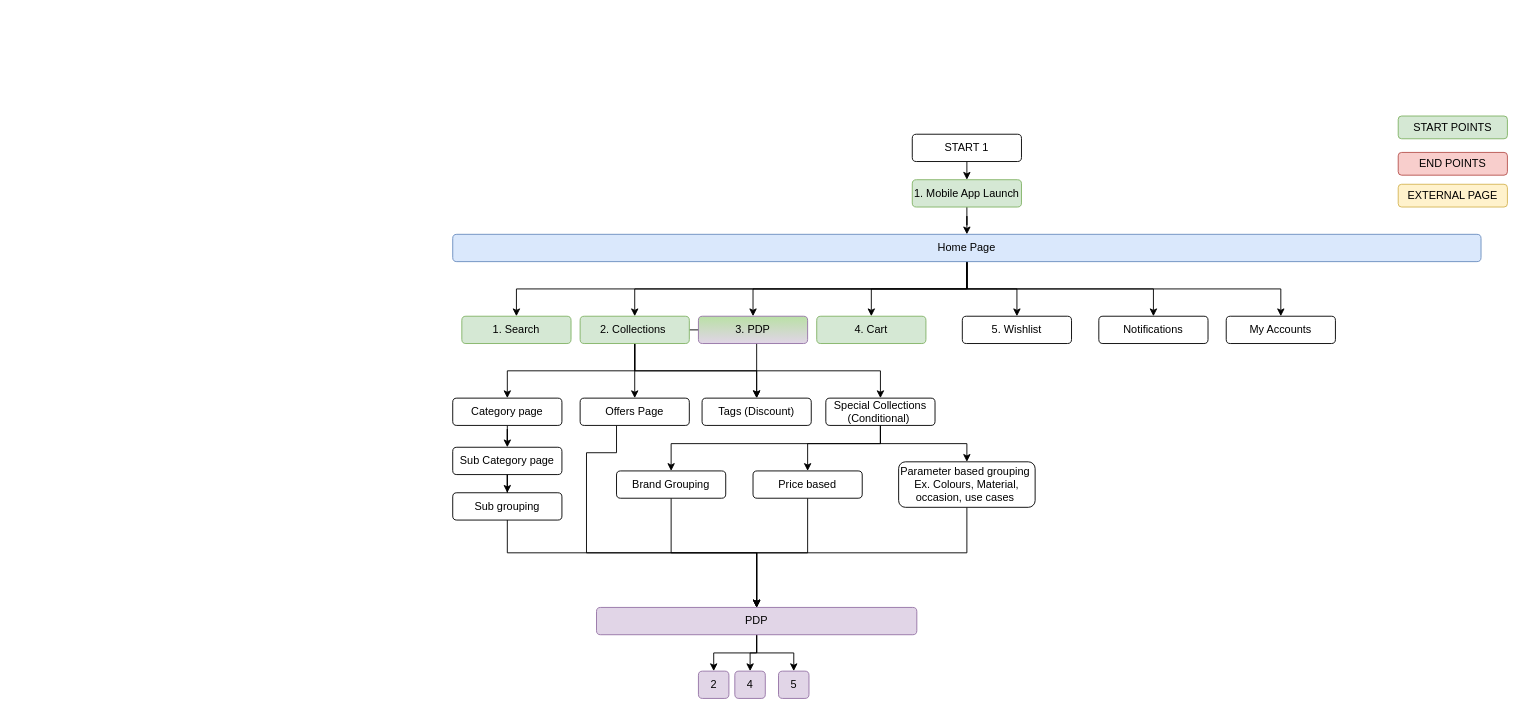
The draw.io diagram page "Sitemap" (2 of 2) of Annachy Flow.drawio in keerthy911/Process, before the edit. Source tidied: cells renumbered, new cells numbered last; positions are measured from the earlier drawing's top-left corner, leaving out a move shared by most shapes. Both pictures are drawn from the tidied source at 91%, with x=0, y=0 at pixel (452, 116).
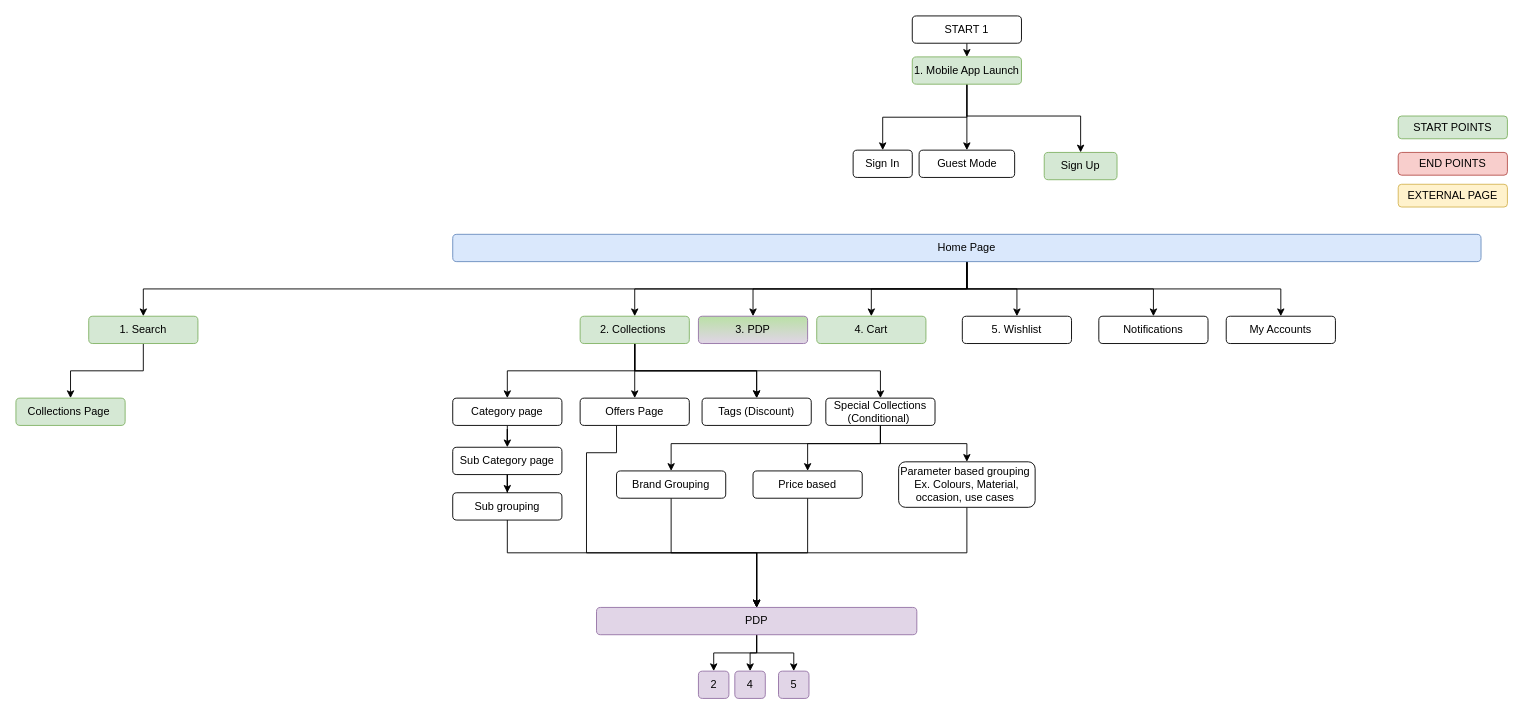
Above is the later version.

Unchanged cells that the change refers to:
```xml
<mxCell id="13" value="Home Page" style="rounded=1;whiteSpace=wrap;html=1;fillColor=#dae8fc;strokeColor=#6c8ebf;" parent="1" vertex="1">
  <mxGeometry y="130" width="1130" height="30" as="geometry" />
</mxCell>
<mxCell id="20" value="2. Collections&amp;nbsp;" style="rounded=1;whiteSpace=wrap;html=1;fillColor=#d5e8d4;strokeColor=#82b366;" parent="1" vertex="1">
  <mxGeometry x="140" y="220" width="120" height="30" as="geometry" />
</mxCell>
<mxCell id="34" value="Tags (Discount)" style="rounded=1;whiteSpace=wrap;html=1;" parent="1" vertex="1">
  <mxGeometry x="274" y="310" width="120" height="30" as="geometry" />
</mxCell>
```

Change to the diagram source:
```diff
@@
     <mxCell id="2" style="edgeStyle=orthogonalEdgeStyle;rounded=0;jettySize=auto;html=1;" parent="1" edge="1" source="3" target="5">
       <mxGeometry relative="1" as="geometry">
         <Array as="points">
-          <mxPoint x="565" y="40" />
-          <mxPoint x="565" y="40" />
+          <mxPoint x="565" y="-90" />
+          <mxPoint x="565" y="-90" />
         </Array>
       </mxGeometry>
     </mxCell>
     <mxCell id="3" value="START 1" style="rounded=1;whiteSpace=wrap;html=1;" parent="1" vertex="1">
-      <mxGeometry x="505" y="20" width="120" height="30" as="geometry" />
+      <mxGeometry x="505" y="-110" width="120" height="30" as="geometry" />
     </mxCell>
-    <mxCell id="4" style="edgeStyle=orthogonalEdgeStyle;rounded=0;jettySize=auto;html=1;" parent="1" edge="1" source="5" target="13">
-      <mxGeometry relative="1" as="geometry" />
-    </mxCell>
+    <mxCell id="55" style="edgeStyle=orthogonalEdgeStyle;rounded=0;jettySize=auto;html=1;" parent="1" edge="1" source="5" target="59">
+      <mxGeometry relative="1" as="geometry" />
+    </mxCell>
+    <mxCell id="56" style="edgeStyle=orthogonalEdgeStyle;rounded=0;jettySize=auto;html=1;" parent="1" edge="1" source="5" target="60">
+      <mxGeometry relative="1" as="geometry" />
+    </mxCell>
+    <mxCell id="57" style="edgeStyle=orthogonalEdgeStyle;rounded=0;jettySize=auto;html=1;fontFamily=Helvetica;fontSize=12;fontColor=default;" parent="1" edge="1" source="5" target="61">
+      <mxGeometry relative="1" as="geometry">
+        <Array as="points">
+          <mxPoint x="565" />
+          <mxPoint x="690" />
+        </Array>
+      </mxGeometry>
+    </mxCell>
     <mxCell id="5" value="1. Mobile App Launch" style="rounded=1;whiteSpace=wrap;html=1;fillColor=#d5e8d4;strokeColor=#82b366;" parent="1" vertex="1">
-      <mxGeometry x="505" y="70" width="120" height="30" as="geometry" />
+      <mxGeometry x="505" y="-65" width="120" height="30" as="geometry" />
     </mxCell>
     <mxCell id="6" style="edgeStyle=orthogonalEdgeStyle;rounded=0;jettySize=auto;html=1;" parent="1" edge="1" source="13" target="14">
-      <mxGeometry relative="1" as="geometry" />
+      <mxGeometry relative="1" as="geometry">
+        <Array as="points">
+          <mxPoint x="565" y="190" />
+          <mxPoint x="-340" y="190" />
+        </Array>
+      </mxGeometry>
     </mxCell>
@@
+    <mxCell id="58" style="edgeStyle=orthogonalEdgeStyle;rounded=0;jettySize=auto;html=1;fontFamily=Helvetica;fontSize=12;fontColor=default;" parent="1" edge="1" source="14" target="62">
+      <mxGeometry relative="1" as="geometry" />
+    </mxCell>
     <mxCell id="14" value="1. Search" style="rounded=1;whiteSpace=wrap;html=1;fillColor=#d5e8d4;strokeColor=#82b366;" parent="1" vertex="1">
-      <mxGeometry x="10" y="220" width="120" height="30" as="geometry" />
+      <mxGeometry x="-400" y="220" width="120" height="30" as="geometry" />
     </mxCell>
@@
     <mxCell id="17" style="edgeStyle=orthogonalEdgeStyle;rounded=0;jettySize=auto;html=1;" parent="1" edge="1" source="20" target="34">
-      <mxGeometry relative="1" as="geometry" />
+      <mxGeometry relative="1" as="geometry">
+        <Array as="points">
+          <mxPoint x="200" y="280" />
+          <mxPoint x="334" y="280" />
+        </Array>
+      </mxGeometry>
     </mxCell>
@@
+    <mxCell id="59" value="Sign In" style="whiteSpace=wrap;html=1;rounded=1;" parent="1" vertex="1">
+      <mxGeometry x="440" y="37.5" width="65" height="30" as="geometry" />
+    </mxCell>
+    <mxCell id="60" value="Guest Mode" style="whiteSpace=wrap;html=1;rounded=1;" parent="1" vertex="1">
+      <mxGeometry x="512.5" y="37.5" width="105" height="30" as="geometry" />
+    </mxCell>
+    <mxCell id="61" value="Sign Up" style="whiteSpace=wrap;html=1;fillColor=#d5e8d4;strokeColor=#82b366;rounded=1;" parent="1" vertex="1">
+      <mxGeometry x="650" y="40" width="80" height="30" as="geometry" />
+    </mxCell>
+    <mxCell id="62" value="Collections Page&amp;nbsp;" style="rounded=1;whiteSpace=wrap;html=1;fillColor=#d5e8d4;strokeColor=#82b366;" parent="1" vertex="1">
+      <mxGeometry x="-480" y="310" width="120" height="30" as="geometry" />
+    </mxCell>
```
